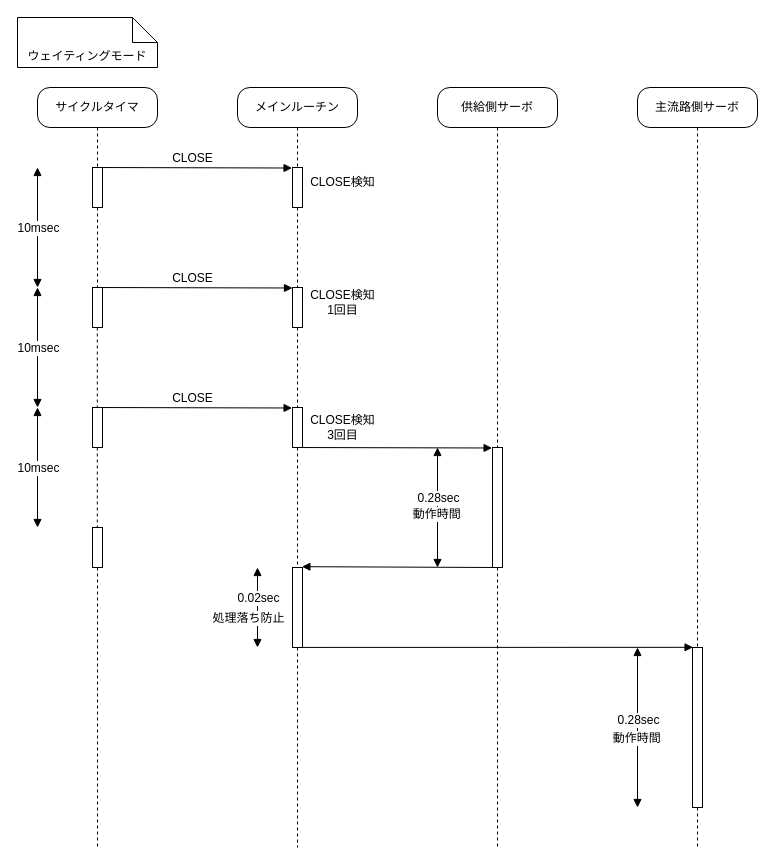
Before: page "ページ1" (1 of 2) of Documents/Materials/images/Logics/ValveControlTimingChart_WaitingMode.drawio in tokai-student-rocket-project/H-58-Avionics, a draw.io diagram. Source tidied: cells renumbered, new cells numbered last; positions are measured from the earlier drawing's top-left corner, leaving out a move shared by most shapes. Both pictures are drawn from the tidied source at 100%, with x=0, y=0 at pixel (17, 17).
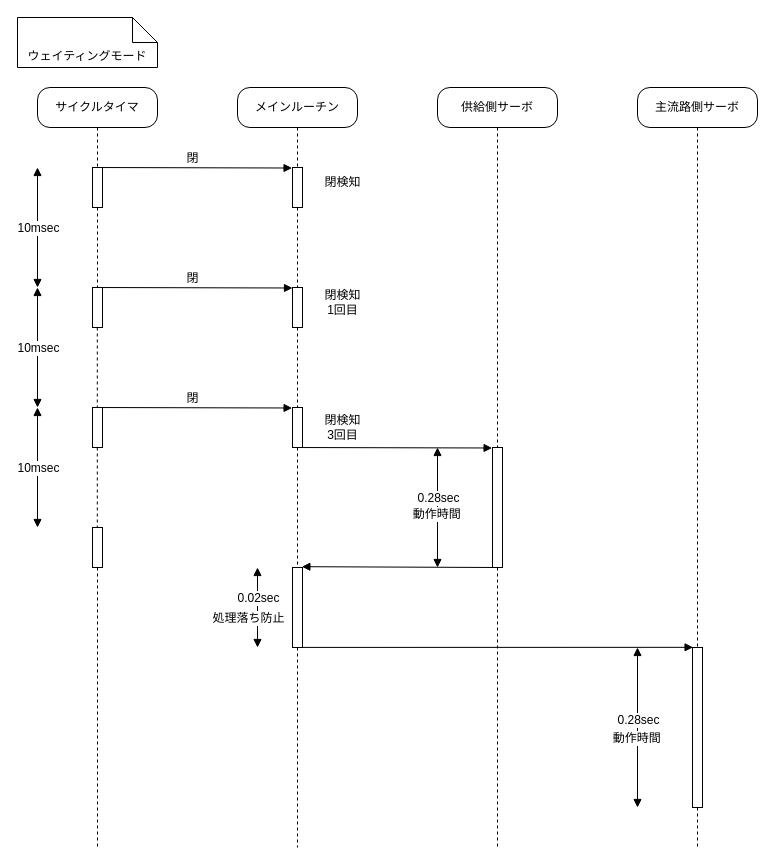
Above is the later version.

Unchanged cells that the change refers to:
```xml
<mxCell id="19" style="html=1;points=[];perimeter=orthogonalPerimeter;fontSize=12;" parent="1" vertex="1">
  <mxGeometry x="275" y="150" width="10" height="40" as="geometry" />
</mxCell>
```

Diff of the diagram source:
```diff
@@
-    <mxCell id="20" value="CLOSE" style="html=1;verticalAlign=bottom;endArrow=block;rounded=0;fontSize=12;entryX=-0.044;entryY=0.013;entryDx=0;entryDy=0;entryPerimeter=0;" parent="1" edge="1" target="19">
+    <mxCell id="20" value="閉" style="html=1;verticalAlign=bottom;endArrow=block;rounded=0;fontSize=12;entryX=-0.044;entryY=0.013;entryDx=0;entryDy=0;entryPerimeter=0;" parent="1" edge="1" target="19">
       <mxGeometry relative="1" as="geometry">
         <mxPoint x="75" y="150" as="sourcePoint" />
       </mxGeometry>
     </mxCell>
-    <mxCell id="21" value="CLOSE検知" style="text;html=1;align=center;verticalAlign=middle;strokeColor=none;fillColor=none;fontSize=12;" parent="1" vertex="1">
-      <mxGeometry x="280" y="150" width="90" height="30" as="geometry" />
+    <mxCell id="21" value="閉検知" style="text;html=1;align=center;verticalAlign=middle;strokeColor=none;fillColor=none;fontSize=12;" parent="1" vertex="1">
+      <mxGeometry x="295" y="150" width="60" height="30" as="geometry" />
     </mxCell>
@@
-    <mxCell id="24" value="CLOSE" style="html=1;verticalAlign=bottom;endArrow=block;rounded=0;fontSize=12;entryX=-0.044;entryY=0.013;entryDx=0;entryDy=0;entryPerimeter=0;" parent="1" edge="1">
+    <mxCell id="24" value="閉" style="html=1;verticalAlign=bottom;endArrow=block;rounded=0;fontSize=12;entryX=-0.044;entryY=0.013;entryDx=0;entryDy=0;entryPerimeter=0;" parent="1" edge="1">
       <mxGeometry relative="1" as="geometry">
         <mxPoint x="75.4" y="270" as="sourcePoint" />
         <mxPoint x="275" y="270.5" as="targetPoint" />
       </mxGeometry>
     </mxCell>
-    <mxCell id="25" value="CLOSE検知&lt;br&gt;1回目" style="text;html=1;align=center;verticalAlign=middle;strokeColor=none;fillColor=none;fontSize=12;" parent="1" vertex="1">
-      <mxGeometry x="280" y="265" width="90" height="40" as="geometry" />
+    <mxCell id="25" value="閉検知&lt;br&gt;1回目" style="text;html=1;align=center;verticalAlign=middle;strokeColor=none;fillColor=none;fontSize=12;" parent="1" vertex="1">
+      <mxGeometry x="295" y="265" width="60" height="40" as="geometry" />
     </mxCell>
-    <mxCell id="26" value="CLOSE" style="html=1;verticalAlign=bottom;endArrow=block;rounded=0;fontSize=12;entryX=-0.044;entryY=0.013;entryDx=0;entryDy=0;entryPerimeter=0;" parent="1" edge="1">
+    <mxCell id="26" value="閉" style="html=1;verticalAlign=bottom;endArrow=block;rounded=0;fontSize=12;entryX=-0.044;entryY=0.013;entryDx=0;entryDy=0;entryPerimeter=0;" parent="1" edge="1">
       <mxGeometry relative="1" as="geometry">
         <mxPoint x="75" y="390" as="sourcePoint" />
         <mxPoint x="274.6" y="390.5" as="targetPoint" />
       </mxGeometry>
     </mxCell>
@@
-    <mxCell id="29" value="CLOSE検知&lt;br&gt;3回目" style="text;html=1;align=center;verticalAlign=middle;strokeColor=none;fillColor=none;fontSize=12;" parent="1" vertex="1">
-      <mxGeometry x="280" y="390" width="90" height="40" as="geometry" />
+    <mxCell id="29" value="閉検知&lt;br&gt;3回目" style="text;html=1;align=center;verticalAlign=middle;strokeColor=none;fillColor=none;fontSize=12;" parent="1" vertex="1">
+      <mxGeometry x="295" y="390" width="60" height="40" as="geometry" />
     </mxCell>
```
